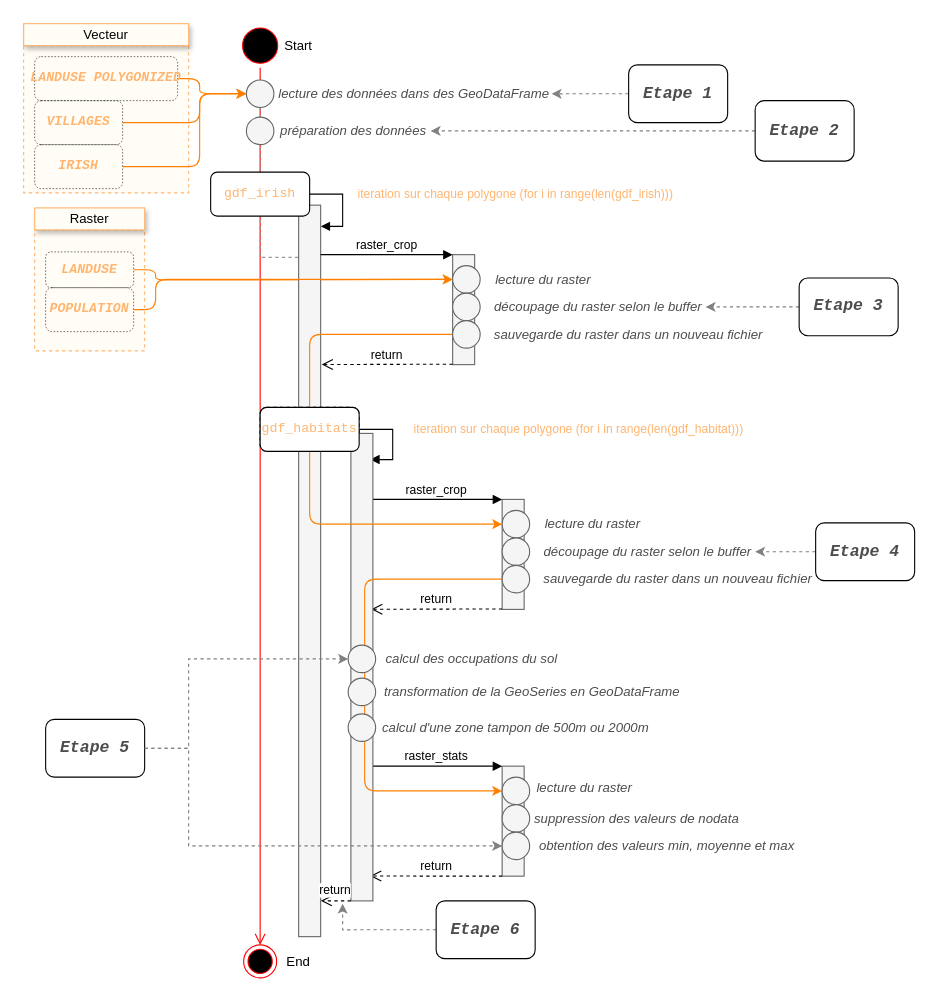
pierre-manchon/INPMT keeps this draw.io diagram as page "Par pays/habitats" (3 of 4) of docs/INPMT_simple.drawio. Above is the earlier version. Source tidied: cells renumbered, new cells numbered last; positions are measured from the earlier drawing's top-left corner, leaving out a move shared by most shapes. Both pictures are drawn from the tidied source at 110%, with x=0, y=0 at pixel (23, 23).
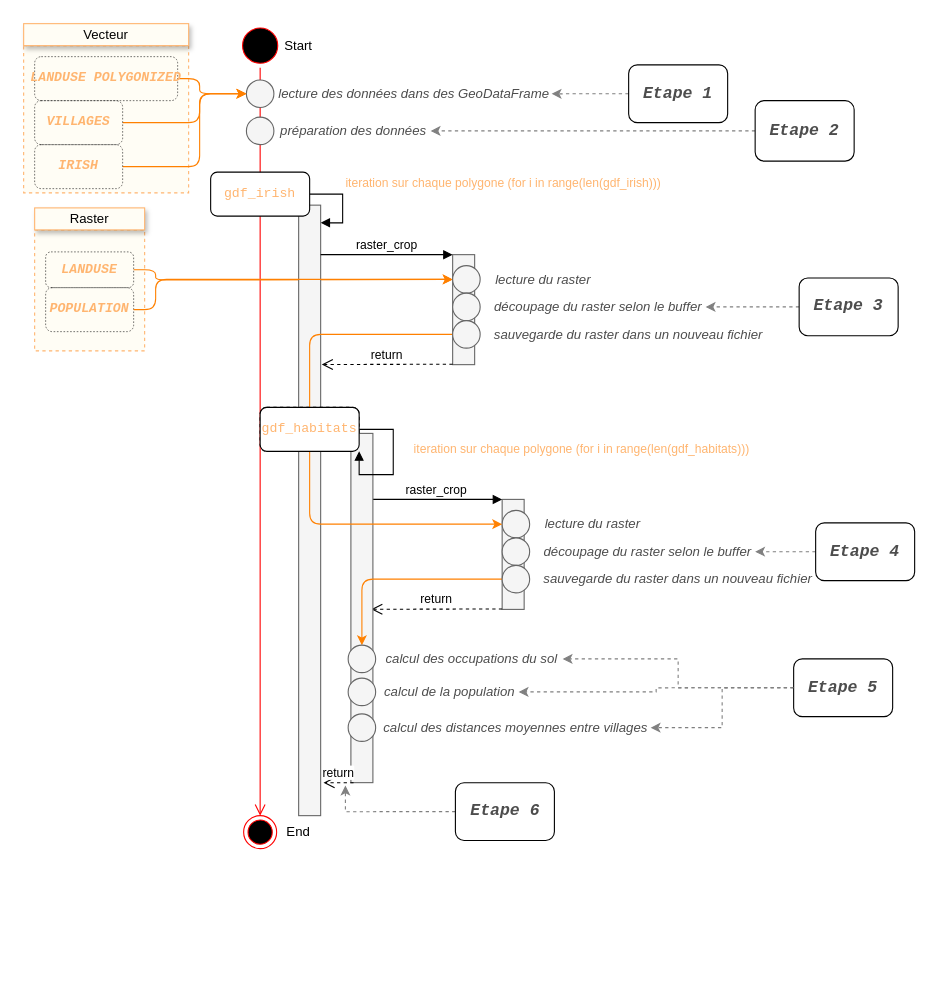
The same page after the edit.

Unchanged cells that the change refers to:
```xml
<mxCell id="6" style="ellipse;html=1;shape=startState;fillColor=#000000;strokeColor=#ff0000;" parent="1" vertex="1">
  <mxGeometry x="195" width="40" height="40" as="geometry" />
</mxCell>
<mxCell id="16" style="ellipse;whiteSpace=wrap;html=1;rounded=1;shadow=0;glass=0;labelBackgroundColor=none;sketch=0;fontColor=#333333;strokeColor=#666666;strokeWidth=1;fillColor=#f5f5f5;" parent="1" vertex="1">
  <mxGeometry x="202.5" y="51.2" width="25" height="25" as="geometry" />
</mxCell>
<mxCell id="35" value="&lt;pre style=&quot;font-family: &amp;quot;fira code&amp;quot;, monospace;&quot;&gt;&lt;pre style=&quot;font-family: &amp;quot;fira code&amp;quot; , monospace&quot;&gt;&lt;font&gt;gdf_villages&lt;/font&gt;&lt;/pre&gt;&lt;/pre&gt;" style="rounded=1;whiteSpace=wrap;html=1;sketch=0;shadow=0;labelBackgroundColor=none;fontColor=#7EA6E0;dashed=1;" parent="1" vertex="1">
  <mxGeometry x="215" y="348.8" width="90" height="40" as="geometry" />
</mxCell>
<mxCell id="40" value="calcul des occupations du sol" style="text;html=1;align=center;verticalAlign=middle;whiteSpace=wrap;rounded=0;shadow=0;glass=0;labelBackgroundColor=none;sketch=0;fontColor=#4D4D4D;fontStyle=2;" parent="1" vertex="1">
  <mxGeometry x="325" y="567.5" width="165" height="20" as="geometry" />
</mxCell>
<mxCell id="50" style="ellipse;whiteSpace=wrap;html=1;rounded=1;shadow=0;glass=0;labelBackgroundColor=none;sketch=0;fontColor=#333333;strokeColor=#666666;strokeWidth=1;fillColor=#f5f5f5;" parent="1" vertex="1">
  <mxGeometry x="435" y="492.5" width="25" height="25" as="geometry" />
</mxCell>
<mxCell id="67" style="ellipse;whiteSpace=wrap;html=1;rounded=1;shadow=0;glass=0;labelBackgroundColor=none;sketch=0;fontColor=#333333;strokeColor=#666666;strokeWidth=1;fillColor=#f5f5f5;" parent="1" vertex="1">
  <mxGeometry x="295" y="565" width="25" height="25" as="geometry" />
</mxCell>
<mxCell id="80" value="&lt;pre style=&quot;font-family: &amp;#34;fira code&amp;#34; , monospace&quot;&gt;&lt;pre style=&quot;font-family: &amp;#34;fira code&amp;#34; , monospace&quot;&gt;&lt;font&gt;gdf_habitats&lt;/font&gt;&lt;/pre&gt;&lt;/pre&gt;" style="rounded=1;whiteSpace=wrap;html=1;sketch=0;shadow=0;labelBackgroundColor=none;strokeWidth=1;fontColor=#FFB570;" parent="1" vertex="1">
  <mxGeometry x="215" y="348.8" width="90" height="40" as="geometry" />
</mxCell>
```

What changed in the source:
```diff
@@
     <mxCell id="7" style="edgeStyle=orthogonalEdgeStyle;html=1;verticalAlign=bottom;endArrow=open;endSize=8;strokeColor=#ff0000;exitX=0.5;exitY=1;exitDx=0;exitDy=0;entryX=0.5;entryY=0;entryDx=0;entryDy=0;" parent="1" edge="1" source="6" target="8">
       <mxGeometry relative="1" as="geometry">
         <Array as="points">
-          <mxPoint x="215" y="830" />
-          <mxPoint x="215" y="830" />
+          <mxPoint x="215" y="350" />
+          <mxPoint x="215" y="350" />
         </Array>
       </mxGeometry>
     </mxCell>
     <mxCell id="8" style="ellipse;html=1;shape=endState;fillColor=#000000;strokeColor=#ff0000;" parent="1" vertex="1">
-      <mxGeometry x="200" y="837.5" width="30" height="30" as="geometry" />
+      <mxGeometry x="200" y="720" width="30" height="30" as="geometry" />
     </mxCell>
@@
-    <mxCell id="15" style="edgeStyle=orthogonalEdgeStyle;rounded=0;jettySize=auto;html=1;exitX=0.5;exitY=1;exitDx=0;exitDy=0;entryX=0.5;entryY=0;entryDx=0;entryDy=0;dashed=1;fontColor=#FFB570;strokeWidth=1;strokeColor=#999999;" parent="1" edge="1" source="16" target="80">
-      <mxGeometry relative="1" as="geometry" />
-    </mxCell>
@@
+    <mxCell id="82" style="edgeStyle=orthogonalEdgeStyle;rounded=0;jettySize=auto;html=1;exitX=0;exitY=0.5;exitDx=0;exitDy=0;entryX=1;entryY=0.5;entryDx=0;entryDy=0;strokeColor=#808080;dashed=1;" parent="1" edge="1" source="20" target="39">
+      <mxGeometry relative="1" as="geometry" />
+    </mxCell>
+    <mxCell id="83" style="edgeStyle=orthogonalEdgeStyle;rounded=0;jettySize=auto;html=1;exitX=0;exitY=0.5;exitDx=0;exitDy=0;entryX=1;entryY=0.5;entryDx=0;entryDy=0;strokeColor=#808080;dashed=1;" parent="1" edge="1" source="20" target="38">
+      <mxGeometry relative="1" as="geometry" />
+    </mxCell>
     <mxCell id="20" value="&lt;pre style=&quot;font-family: &amp;#34;fira code&amp;#34; , monospace ; font-size: 15px&quot;&gt;&lt;pre style=&quot;font-family: &amp;#34;fira code&amp;#34; , monospace ; font-size: 15px&quot;&gt;&lt;font color=&quot;#4d4d4d&quot; style=&quot;line-height: 100% ; font-size: 15px&quot;&gt;Etape 5&lt;/font&gt;&lt;/pre&gt;&lt;/pre&gt;" style="rounded=1;whiteSpace=wrap;html=1;sketch=0;shadow=0;labelBackgroundColor=#ffffff;strokeWidth=1;fontSize=15;fontStyle=3;" parent="1" vertex="1">
-      <mxGeometry x="20" y="632.5" width="90" height="52.5" as="geometry" />
+      <mxGeometry x="700" y="577.5" width="90" height="52.5" as="geometry" />
     </mxCell>
@@
     <mxCell id="25" value="&lt;font color=&quot;#ffb570&quot;&gt;iteration sur chaque polygone (for i in range(len(gdf_irish)))&lt;/font&gt;" style="edgeStyle=orthogonalEdgeStyle;html=1;align=left;spacingLeft=2;endArrow=block;rounded=0;exitX=1;exitY=0.5;exitDx=0;exitDy=0;entryX=0.998;entryY=0.029;entryDx=0;entryDy=0;entryPerimeter=0;" parent="1" edge="1" target="26">
       <mxGeometry x="-0.24" y="10" relative="1" as="geometry">
         <mxPoint x="260" y="155" as="sourcePoint" />
         <Array as="points">
           <mxPoint x="290" y="155" />
-          <mxPoint x="290" y="184" />
+          <mxPoint x="290" y="181" />
         </Array>
       </mxGeometry>
     </mxCell>
     <mxCell id="26" style="html=1;points=[];perimeter=orthogonalPerimeter;fillColor=#f5f5f5;strokeColor=#666666;fontColor=#333333;" parent="1" vertex="1">
-      <mxGeometry x="250" y="165" width="20" height="665" as="geometry" />
+      <mxGeometry x="250" y="165" width="20" height="555" as="geometry" />
     </mxCell>
@@
-    <mxCell id="31" style="html=1;points=[];perimeter=orthogonalPerimeter;fillColor=#f5f5f5;strokeColor=#666666;fontColor=#333333;" parent="1" vertex="1">
-      <mxGeometry x="435" y="675" width="20" height="100" as="geometry" />
-    </mxCell>
-    <mxCell id="32" value="raster_stats" style="html=1;verticalAlign=bottom;endArrow=block;entryX=0;entryY=0;" parent="1" edge="1" target="31">
-      <mxGeometry relative="1" as="geometry">
-        <mxPoint x="315" y="675" as="sourcePoint" />
-      </mxGeometry>
-    </mxCell>
-    <mxCell id="33" value="return" style="html=1;verticalAlign=bottom;endArrow=open;dashed=1;endSize=8;exitX=0;exitY=1;exitDx=0;exitDy=0;exitPerimeter=0;entryX=1;entryY=0.975;entryDx=0;entryDy=0;entryPerimeter=0;" parent="1" edge="1" source="31">
-      <mxGeometry relative="1" as="geometry">
-        <mxPoint x="315" y="774.9" as="targetPoint" />
-      </mxGeometry>
-    </mxCell>
-    <mxCell id="34" value="&lt;font color=&quot;#ffb570&quot;&gt;iteration sur chaque polygone (for i in range(len(gdf_habitat)))&lt;/font&gt;" style="edgeStyle=orthogonalEdgeStyle;html=1;align=left;spacingLeft=2;endArrow=block;rounded=0;exitX=1;exitY=0.5;exitDx=0;exitDy=0;entryX=0.998;entryY=0.029;entryDx=0;entryDy=0;entryPerimeter=0;" parent="1" edge="1" source="35">
-      <mxGeometry x="-0.22" y="15" relative="1" as="geometry">
-        <mxPoint x="315" y="396.3" as="targetPoint" />
-        <Array as="points">
-          <mxPoint x="335.5" y="368.8" />
-          <mxPoint x="335.5" y="396.8" />
-        </Array>
-      </mxGeometry>
-    </mxCell>
@@
     <mxCell id="36" value="End" style="text;html=1;strokeColor=none;fillColor=none;align=center;verticalAlign=middle;whiteSpace=wrap;rounded=0;" parent="1" vertex="1">
-      <mxGeometry x="230" y="842.5" width="40" height="20" as="geometry" />
+      <mxGeometry x="230" y="725" width="40" height="20" as="geometry" />
     </mxCell>
     <mxCell id="37" style="html=1;points=[];perimeter=orthogonalPerimeter;fillColor=#f5f5f5;strokeColor=#666666;fontColor=#333333;" parent="1" vertex="1">
-      <mxGeometry x="297.5" y="372.5" width="20" height="425" as="geometry" />
+      <mxGeometry x="297.5" y="372.5" width="20" height="317.5" as="geometry" />
     </mxCell>
-    <mxCell id="38" value="calcul d'une zone tampon de 500m ou 2000m" style="text;html=1;align=center;verticalAlign=middle;whiteSpace=wrap;rounded=0;shadow=0;glass=0;labelBackgroundColor=none;sketch=0;fontColor=#4D4D4D;fontStyle=2;" parent="1" vertex="1">
+    <mxCell id="38" value="calcul des distances moyennes entre villages" style="text;html=1;align=center;verticalAlign=middle;whiteSpace=wrap;rounded=0;shadow=0;glass=0;labelBackgroundColor=none;sketch=0;fontColor=#4D4D4D;fontStyle=2;" parent="1" vertex="1">
       <mxGeometry x="325" y="630" width="245" height="20" as="geometry" />
     </mxCell>
-    <mxCell id="39" value="transformation de la GeoSeries en GeoDataFrame" style="text;html=1;align=center;verticalAlign=middle;whiteSpace=wrap;rounded=0;shadow=0;glass=0;labelBackgroundColor=none;sketch=0;fontColor=#4D4D4D;fontStyle=2;" parent="1" vertex="1">
-      <mxGeometry x="325" y="597.5" width="275" height="20" as="geometry" />
+    <mxCell id="39" value="calcul de la population" style="text;html=1;align=center;verticalAlign=middle;whiteSpace=wrap;rounded=0;shadow=0;glass=0;labelBackgroundColor=none;sketch=0;fontColor=#4D4D4D;fontStyle=2;" parent="1" vertex="1">
+      <mxGeometry x="325" y="597.5" width="125" height="20" as="geometry" />
     </mxCell>
@@
-    <mxCell id="44" value="lecture du raster" style="text;html=1;align=center;verticalAlign=middle;whiteSpace=wrap;rounded=0;shadow=0;glass=0;labelBackgroundColor=none;sketch=0;fontColor=#4D4D4D;fontStyle=2;" parent="1" vertex="1">
-      <mxGeometry x="465" y="685" width="90" height="20" as="geometry" />
-    </mxCell>
-    <mxCell id="45" value="suppression des valeurs de nodata" style="text;html=1;align=center;verticalAlign=middle;whiteSpace=wrap;rounded=0;shadow=0;glass=0;labelBackgroundColor=none;sketch=0;fontColor=#4D4D4D;fontStyle=2;" parent="1" vertex="1">
-      <mxGeometry x="460" y="712.5" width="195" height="20" as="geometry" />
-    </mxCell>
-    <mxCell id="46" value="obtention des valeurs min, moyenne et max" style="text;html=1;align=center;verticalAlign=middle;whiteSpace=wrap;rounded=0;shadow=0;glass=0;labelBackgroundColor=none;sketch=0;fontColor=#4D4D4D;fontStyle=2;" parent="1" vertex="1">
-      <mxGeometry x="465" y="737.5" width="240" height="20" as="geometry" />
-    </mxCell>
@@
-    <mxCell id="49" style="edgeStyle=orthogonalEdgeStyle;rounded=1;jettySize=auto;html=1;exitX=0;exitY=0.5;exitDx=0;exitDy=0;entryX=0;entryY=0.5;entryDx=0;entryDy=0;fontSize=15;fontColor=#FFB570;strokeColor=#FF8000;strokeWidth=1;" parent="1" edge="1" source="50" target="51">
-      <mxGeometry relative="1" as="geometry">
-        <Array as="points">
-          <mxPoint x="310" y="505" />
-          <mxPoint x="310" y="698" />
-        </Array>
-      </mxGeometry>
-    </mxCell>
+    <mxCell id="84" style="edgeStyle=orthogonalEdgeStyle;rounded=1;jettySize=auto;html=1;exitX=0;exitY=0.5;exitDx=0;exitDy=0;entryX=0.5;entryY=0;entryDx=0;entryDy=0;strokeColor=#FF8000;" parent="1" edge="1" source="50" target="67">
+      <mxGeometry relative="1" as="geometry" />
+    </mxCell>
@@
-    <mxCell id="51" style="ellipse;whiteSpace=wrap;html=1;rounded=1;shadow=0;glass=0;labelBackgroundColor=none;sketch=0;fontColor=#333333;strokeColor=#666666;strokeWidth=1;fillColor=#f5f5f5;" parent="1" vertex="1">
-      <mxGeometry x="435" y="685" width="25" height="25" as="geometry" />
-    </mxCell>
-    <mxCell id="52" style="ellipse;whiteSpace=wrap;html=1;rounded=1;shadow=0;glass=0;labelBackgroundColor=none;sketch=0;fontColor=#333333;strokeColor=#666666;strokeWidth=1;fillColor=#f5f5f5;" parent="1" vertex="1">
-      <mxGeometry x="435" y="710" width="25" height="25" as="geometry" />
-    </mxCell>
-    <mxCell id="53" style="ellipse;whiteSpace=wrap;html=1;rounded=1;shadow=0;glass=0;labelBackgroundColor=none;sketch=0;fontColor=#333333;strokeColor=#666666;strokeWidth=1;fillColor=#f5f5f5;" parent="1" vertex="1">
-      <mxGeometry x="435" y="735" width="25" height="25" as="geometry" />
-    </mxCell>
@@
     <mxCell id="58" style="edgeStyle=orthogonalEdgeStyle;rounded=0;jettySize=auto;html=1;exitX=0;exitY=0.5;exitDx=0;exitDy=0;dashed=1;strokeColor=#808080;" parent="1" edge="1" source="59">
       <mxGeometry relative="1" as="geometry">
-        <mxPoint x="290" y="800" as="targetPoint" />
+        <mxPoint x="292.5" y="692.6" as="targetPoint" />
         <Array as="points">
-          <mxPoint x="290" y="824" />
+          <mxPoint x="292.5" y="716.6" />
         </Array>
       </mxGeometry>
     </mxCell>
     <mxCell id="59" value="&lt;pre style=&quot;font-family: &amp;#34;fira code&amp;#34; , monospace ; font-size: 15px&quot;&gt;&lt;pre style=&quot;font-family: &amp;#34;fira code&amp;#34; , monospace ; font-size: 15px&quot;&gt;&lt;font color=&quot;#4d4d4d&quot; style=&quot;line-height: 100% ; font-size: 15px&quot;&gt;Etape 6&lt;/font&gt;&lt;/pre&gt;&lt;/pre&gt;" style="rounded=1;whiteSpace=wrap;html=1;sketch=0;shadow=0;labelBackgroundColor=#ffffff;strokeWidth=1;fontSize=15;fontStyle=3;" parent="1" vertex="1">
-      <mxGeometry x="375" y="797.5" width="90" height="52.5" as="geometry" />
+      <mxGeometry x="392.5" y="690.1" width="90" height="52.5" as="geometry" />
     </mxCell>
@@
-    <mxCell id="63" style="edgeStyle=orthogonalEdgeStyle;rounded=0;jettySize=auto;html=1;exitX=1;exitY=0.5;exitDx=0;exitDy=0;entryX=0;entryY=0.5;entryDx=0;entryDy=0;dashed=1;fontSize=15;fontColor=#4D4D4D;strokeColor=#808080;strokeWidth=1;" parent="1" edge="1" source="20" target="53">
-      <mxGeometry relative="1" as="geometry">
-        <Array as="points">
-          <mxPoint x="150" y="659" />
-          <mxPoint x="150" y="748" />
-        </Array>
-      </mxGeometry>
-    </mxCell>
-    <mxCell id="64" style="edgeStyle=orthogonalEdgeStyle;rounded=0;jettySize=auto;html=1;exitX=1;exitY=0.5;exitDx=0;exitDy=0;entryX=0;entryY=0.5;entryDx=0;entryDy=0;dashed=1;fontSize=15;fontColor=#4D4D4D;strokeColor=#808080;strokeWidth=1;" parent="1" edge="1" source="20" target="67">
-      <mxGeometry relative="1" as="geometry">
-        <Array as="points">
-          <mxPoint x="150" y="659" />
-          <mxPoint x="150" y="578" />
-        </Array>
-      </mxGeometry>
+    <mxCell id="64" style="edgeStyle=orthogonalEdgeStyle;rounded=0;jettySize=auto;html=1;exitX=0;exitY=0.5;exitDx=0;exitDy=0;entryX=1;entryY=0.5;entryDx=0;entryDy=0;dashed=1;fontSize=15;fontColor=#4D4D4D;strokeColor=#808080;strokeWidth=1;" parent="1" edge="1" source="20" target="40">
+      <mxGeometry relative="1" as="geometry" />
     </mxCell>
@@
-    <mxCell id="81" value="return" style="html=1;verticalAlign=bottom;endArrow=open;dashed=1;endSize=8;exitX=-0.003;exitY=1;exitDx=0;exitDy=0;exitPerimeter=0;entryX=1.005;entryY=0.951;entryDx=0;entryDy=0;entryPerimeter=0;" parent="1" edge="1" source="37" target="26">
-      <mxGeometry relative="1" as="geometry" />
+    <mxCell id="81" value="return" style="html=1;verticalAlign=bottom;endArrow=open;dashed=1;endSize=8;exitX=-0.003;exitY=1;exitDx=0;exitDy=0;exitPerimeter=0;entryX=1.005;entryY=0.951;entryDx=0;entryDy=0;entryPerimeter=0;" parent="1" edge="1">
+      <mxGeometry relative="1" as="geometry">
+        <mxPoint x="299.9" y="690.1" as="sourcePoint" />
+        <mxPoint x="272.6" y="690" as="targetPoint" />
+      </mxGeometry>
     </mxCell>
+    <mxCell id="34" value="&lt;font color=&quot;#ffb570&quot;&gt;iteration sur chaque polygone (for i in range(len(gdf_habitats)))&lt;/font&gt;" style="edgeStyle=orthogonalEdgeStyle;html=1;align=left;spacingLeft=2;endArrow=block;rounded=0;exitX=1;exitY=0.5;exitDx=0;exitDy=0;entryX=1;entryY=1;entryDx=0;entryDy=0;" parent="1" edge="1" source="35" target="80">
+      <mxGeometry x="-0.22" y="15" relative="1" as="geometry">
+        <Array as="points">
+          <mxPoint x="336" y="369" />
+          <mxPoint x="336" y="410" />
+          <mxPoint x="305" y="410" />
+        </Array>
+      </mxGeometry>
+    </mxCell>
```
